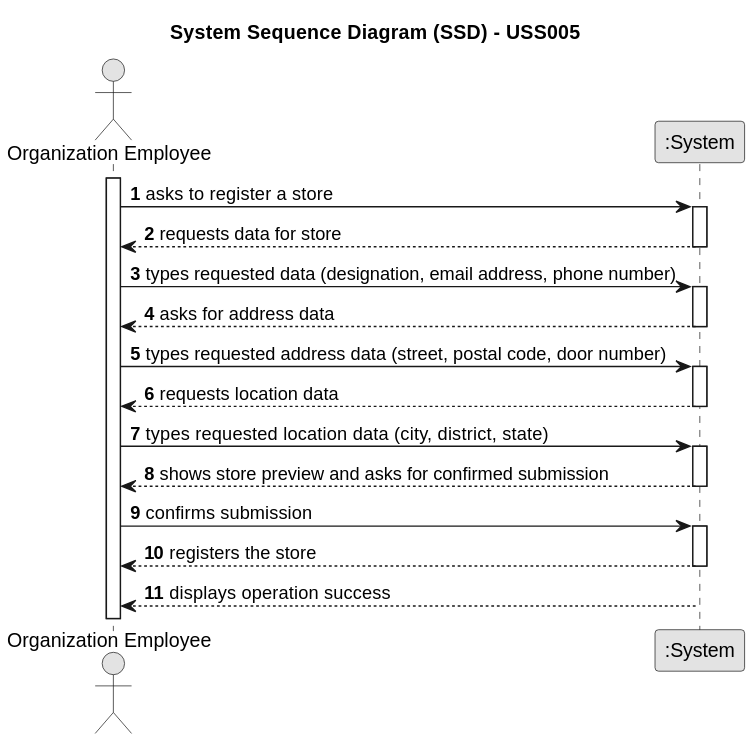
Earlier version of the PlantUML export docs/sprintD/us005/01.requirements-engineering/svg/us005-system-sequence-diagram-alternative-one.svg (1220812/LAPR2). Its diagram source:
```plantuml
@startuml
skinparam monochrome true
skinparam packageStyle rectangle
skinparam shadowing false

title System Sequence Diagram (SSD) - USS005

autonumber

actor "Organization Employee" as Employee
participant ":System" as System

activate Employee

    Employee -> System : asks to register a store
    activate System

        System --> Employee : requests data for store
    deactivate System

    Employee -> System : types requested data (designation, email address, phone number)
    activate System

        System --> Employee : asks for address data
    deactivate System

    Employee -> System: types requested address data (street, postal code, door number)
    activate System

        System --> Employee : requests location data
    deactivate System

    Employee -> System : types requested location data (city, district, state)
    activate System

        System --> Employee : shows store preview and asks for confirmed submission
    deactivate System

    Employee -> System : confirms submission
    activate System

        System --> Employee : registers the store
    deactivate System

        System --> Employee : displays operation success
    deactivate System
@enduml
```
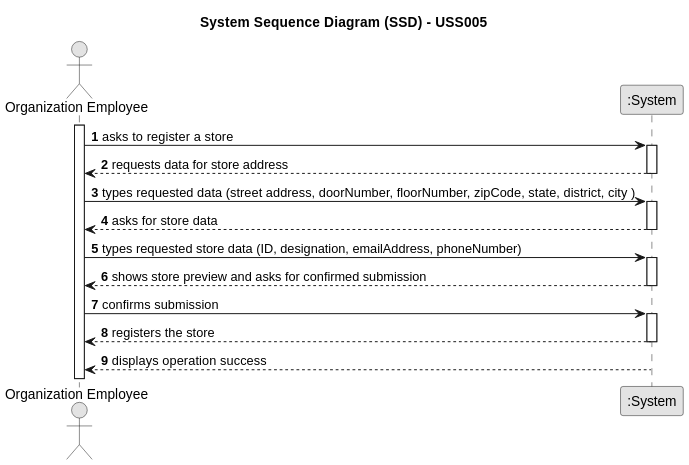
After the change.

Commit message:
US005- Fixed the mistakes in system sequence diagram, sequence diagram full and class diagram

What changed in the source:
```diff
@@ -15,22 +15,16 @@
     Employee -> System : asks to register a store
     activate System
 
-        System --> Employee : requests data for store
+        System --> Employee : requests data for store address
     deactivate System
 
-    Employee -> System : types requested data (designation, email address, phone number)
+    Employee -> System : types requested data (street address, doorNumber, floorNumber, zipCode, state, district, city )
     activate System
 
-        System --> Employee : asks for address data
+        System --> Employee : asks for store data
     deactivate System
 
-    Employee -> System: types requested address data (street, postal code, door number)
-    activate System
-
-        System --> Employee : requests location data
-    deactivate System
-
-    Employee -> System : types requested location data (city, district, state)
+    Employee -> System: types requested store data (ID, designation, emailAddress, phoneNumber)
     activate System
 
         System --> Employee : shows store preview and asks for confirmed submission
```
